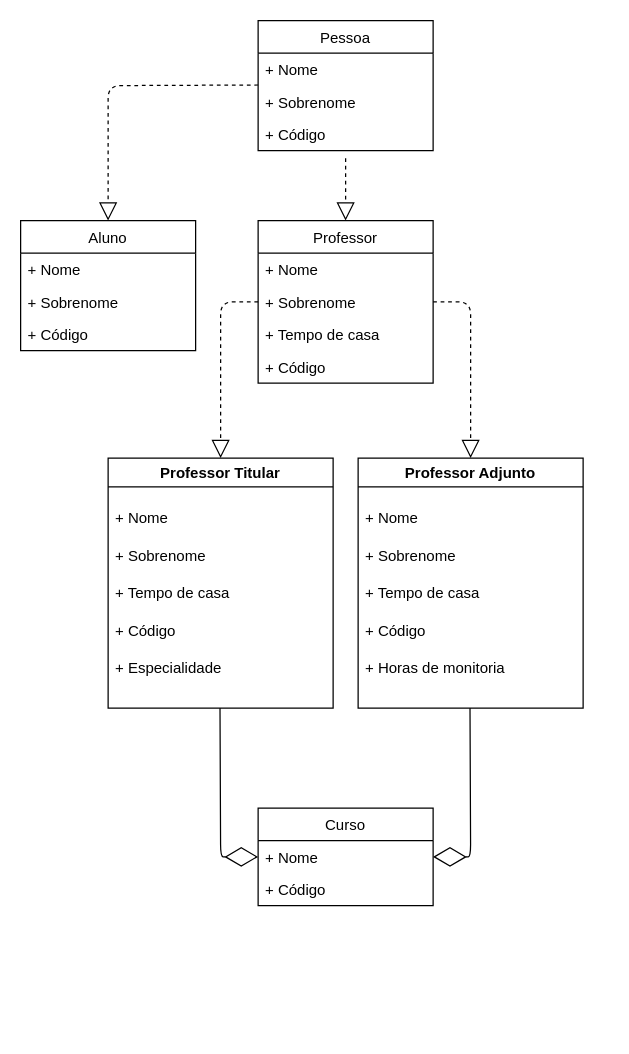
This is page "Page-1" (1 of 3) of DesafioDigitalHouse/Untitled Diagram.drawio from nailson13b/Digital-House, a draw.io file, before an edit. Source tidied: cells renumbered, new cells numbered last; positions are measured from the earlier drawing's top-left corner, leaving out a move shared by most shapes. Both pictures are drawn from the tidied source at 125%, with x=0, y=0 at pixel (20, 20).
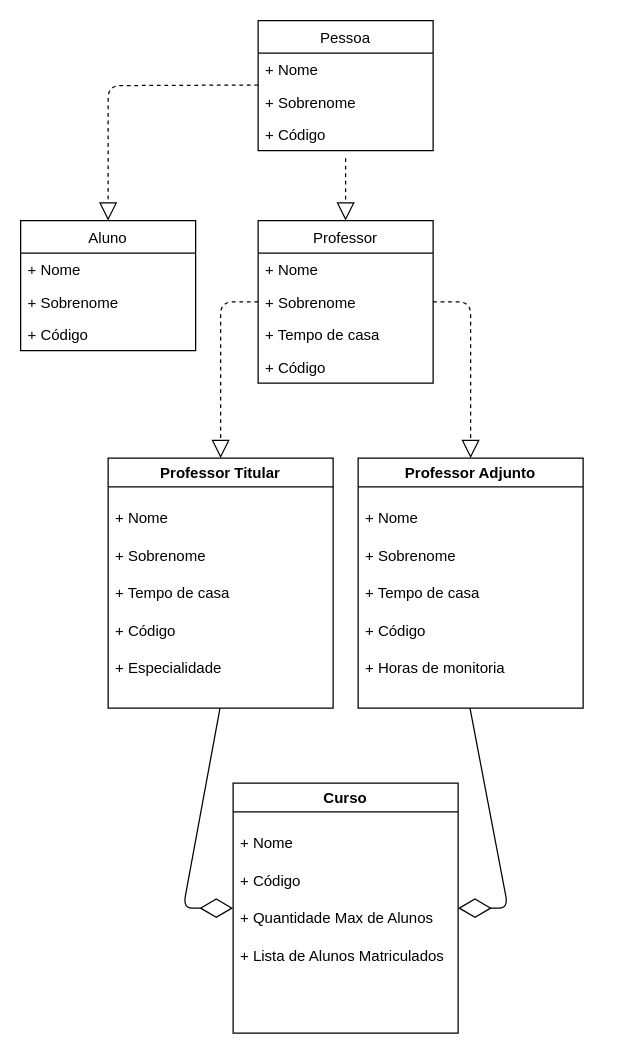
After the change.

Commit message (it also covers changes not shown here):
"curso class updated with two new vars"

The edit, as a diff of the source:
```diff
@@
-    <mxCell id="6" value="Curso" style="swimlane;fontStyle=0;horizontal=1;startSize=26;fillColor=none;" parent="1" vertex="1">
-      <mxGeometry x="190" y="630" width="140" height="78" as="geometry" />
-    </mxCell>
-    <mxCell id="7" value="+ Nome" style="text;strokeColor=none;fillColor=none;align=left;verticalAlign=top;spacingLeft=4;spacingRight=4;overflow=hidden;points=[[0,0.5],[1,0.5]];portConstraint=eastwest;" parent="6" vertex="1">
-      <mxGeometry y="26" width="140" height="26" as="geometry" />
-    </mxCell>
-    <mxCell id="8" value="+ Código" style="text;strokeColor=none;fillColor=none;align=left;verticalAlign=top;spacingLeft=4;spacingRight=4;overflow=hidden;" parent="6" vertex="1">
-      <mxGeometry y="52" width="140" height="26" as="geometry" />
-    </mxCell>
@@
-    <mxCell id="34" style="endArrow=diamondThin;endFill=0;endSize=24;html=1;strokeWidth=1;entryX=1;entryY=0.5;entryDx=0;entryDy=0;" parent="1" edge="1" target="7">
+    <mxCell id="34" style="endArrow=diamondThin;endFill=0;endSize=24;html=1;strokeWidth=1;" parent="1" edge="1">
       <mxGeometry relative="1" as="geometry">
         <mxPoint x="359.5" y="550" as="sourcePoint" />
+        <mxPoint x="350" y="710" as="targetPoint" />
         <Array as="points">
-          <mxPoint x="360" y="669" />
+          <mxPoint x="390" y="710" />
         </Array>
       </mxGeometry>
     </mxCell>
-    <mxCell id="35" style="endArrow=diamondThin;endFill=0;endSize=24;html=1;strokeWidth=1;entryX=0;entryY=0.5;entryDx=0;entryDy=0;" parent="1" edge="1" target="7">
+    <mxCell id="35" style="endArrow=diamondThin;endFill=0;endSize=24;html=1;strokeWidth=1;" parent="1" edge="1">
       <mxGeometry relative="1" as="geometry">
         <mxPoint x="159.5" y="550" as="sourcePoint" />
+        <mxPoint x="170" y="710" as="targetPoint" />
         <Array as="points">
-          <mxPoint x="160" y="669" />
+          <mxPoint x="130" y="710" />
         </Array>
       </mxGeometry>
     </mxCell>
+    <mxCell id="6" value="Curso" style="swimlane;startSize=23;" parent="1" vertex="1">
+      <mxGeometry x="170" y="610" width="180" height="200" as="geometry" />
+    </mxCell>
+    <mxCell id="7" value="+ Nome" style="text;strokeColor=none;fillColor=none;align=left;verticalAlign=top;spacingLeft=4;spacingRight=4;overflow=hidden;points=[[0,0.5],[1,0.5]];portConstraint=eastwest;" parent="6" vertex="1">
+      <mxGeometry y="34.5" width="180" height="30" as="geometry" />
+    </mxCell>
+    <mxCell id="8" value="+ Código" style="text;strokeColor=none;fillColor=none;align=left;verticalAlign=top;spacingLeft=4;spacingRight=4;overflow=hidden;" parent="6" vertex="1">
+      <mxGeometry y="64.5" width="180" height="30" as="geometry" />
+    </mxCell>
+    <mxCell id="36" value="+ Quantidade Max de Alunos" style="text;strokeColor=none;fillColor=none;align=left;verticalAlign=top;spacingLeft=4;spacingRight=4;overflow=hidden;" parent="6" vertex="1">
+      <mxGeometry y="94.5" width="180" height="30" as="geometry" />
+    </mxCell>
+    <mxCell id="37" value="+ Lista de Alunos Matriculados" style="text;strokeColor=none;fillColor=none;align=left;verticalAlign=top;spacingLeft=4;spacingRight=4;overflow=hidden;" parent="6" vertex="1">
+      <mxGeometry y="124.5" width="180" height="30" as="geometry" />
+    </mxCell>
```
